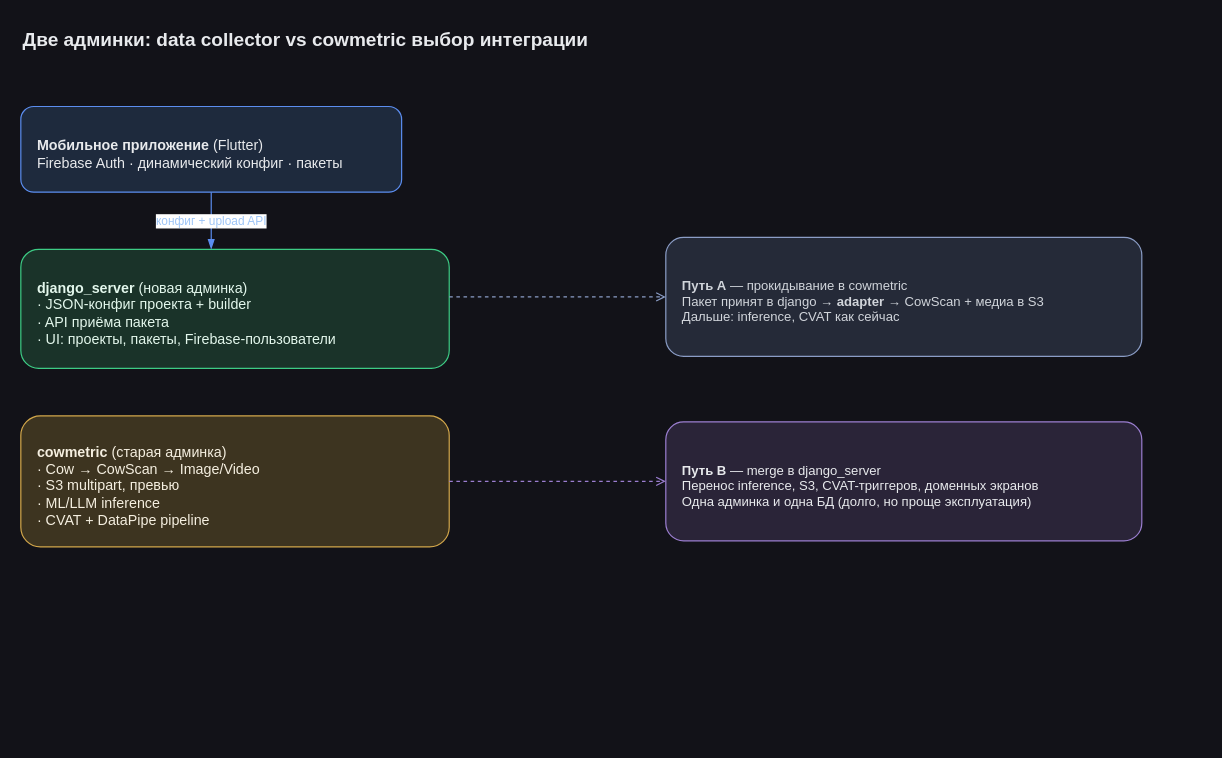
epoch8/data-collector keeps this draw.io diagram as page "Три пути — обзор" (1 of 6) of specs/main-scheme/06-admin-cowmetric-vs-django.drawio. Above is the earlier version. Source tidied: cells renumbered, new cells numbered last; positions are measured from the earlier drawing's top-left corner, leaving out a move shared by most shapes. Both pictures are drawn from the tidied source at 119%, with x=0, y=0 at pixel (20, 20).
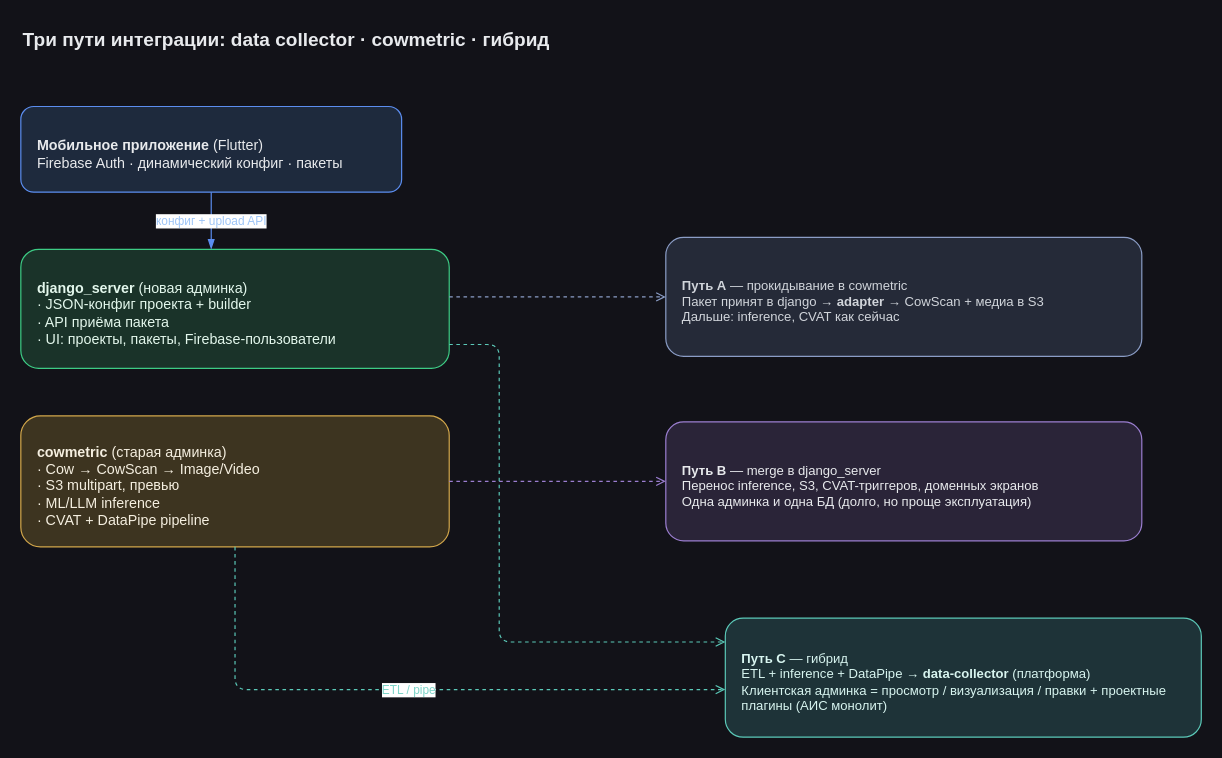
Above is the later version.

Commit message:
add hybrid scheme

The change refers to these unchanged cells:
```xml
<mxCell id="4" value="&lt;b&gt;django_server&lt;/b&gt; (новая админка)&lt;br&gt;· JSON-конфиг проекта + builder&lt;br&gt;· API приёма пакета&amp;nbsp;&lt;br&gt;· UI: проекты, пакеты, Firebase-пользователи" style="rounded=1;whiteSpace=wrap;html=1;align=left;spacingLeft=12;spacingTop=8;fillColor=#1a3329;strokeColor=#3DCC85;fontColor=#E3F7EC;fontSize=12;" parent="1" vertex="1">
  <mxGeometry y="192" width="360" height="100" as="geometry" />
</mxCell>
<mxCell id="5" value="&lt;b&gt;cowmetric&lt;/b&gt; (старая админка)&lt;br&gt;· Cow → CowScan → Image/Video&lt;br&gt;· S3 multipart, превью&lt;br&gt;· ML/LLM inference&amp;nbsp;&lt;br&gt;· CVAT + DataPipe pipeline" style="rounded=1;whiteSpace=wrap;html=1;align=left;spacingLeft=12;spacingTop=8;fillColor=#3d3420;strokeColor=#D4A84B;fontColor=#F5EFE0;fontSize=12;" parent="1" vertex="1">
  <mxGeometry y="332" width="360" height="110" as="geometry" />
</mxCell>
```

The edit, as a diff of the source:
```diff
@@
-    <mxCell id="2" value="Две админки: data collector vs cowmetric выбор интеграции" style="text;html=1;strokeColor=none;fillColor=none;align=left;fontSize=16;fontStyle=1;fontColor=#E8EAED;" parent="1" vertex="1">
+    <mxCell id="2" value="Три пути интеграции: data collector · cowmetric · гибрид" style="text;html=1;strokeColor=none;fillColor=none;align=left;fontSize=16;fontStyle=1;fontColor=#E8EAED;" parent="1" vertex="1">
       <mxGeometry width="900" height="48" as="geometry" />
     </mxCell>
@@
+    <mxCell id="11" value="&lt;b&gt;Путь C&lt;/b&gt; — гибрид&#10;ETL + inference + DataPipe → &lt;b&gt;data-collector&lt;/b&gt; (платформа)&#10;Клиентская админка = просмотр / визуализация / правки + проектные плагины (АИС монолит)" style="rounded=1;whiteSpace=wrap;html=1;align=left;spacingLeft=12;spacingTop=8;fillColor=#1e3338;strokeColor=#5BC9B8;fontColor=#D8F5F0;fontSize=11;" parent="1" vertex="1">
+      <mxGeometry x="592" y="502" width="400" height="100" as="geometry" />
+    </mxCell>
@@
+    <mxCell id="12" style="edgeStyle=orthogonalEdgeStyle;rounded=1;html=1;strokeColor=#5BC9B8;endArrow=open;dashed=1;" parent="1" edge="1" source="4" target="11">
+      <mxGeometry relative="1" as="geometry">
+        <Array as="points">
+          <mxPoint x="402" y="272" />
+          <mxPoint x="402" y="522" />
+        </Array>
+      </mxGeometry>
+    </mxCell>
+    <mxCell id="13" value="ETL / pipe" style="edgeStyle=orthogonalEdgeStyle;rounded=1;html=1;strokeColor=#5BC9B8;endArrow=open;dashed=1;fontSize=10;fontColor=#7DD4C8;" parent="1" edge="1" source="5" target="11">
+      <mxGeometry relative="1" as="geometry">
+        <Array as="points">
+          <mxPoint x="180" y="562" />
+        </Array>
+      </mxGeometry>
+    </mxCell>
```
